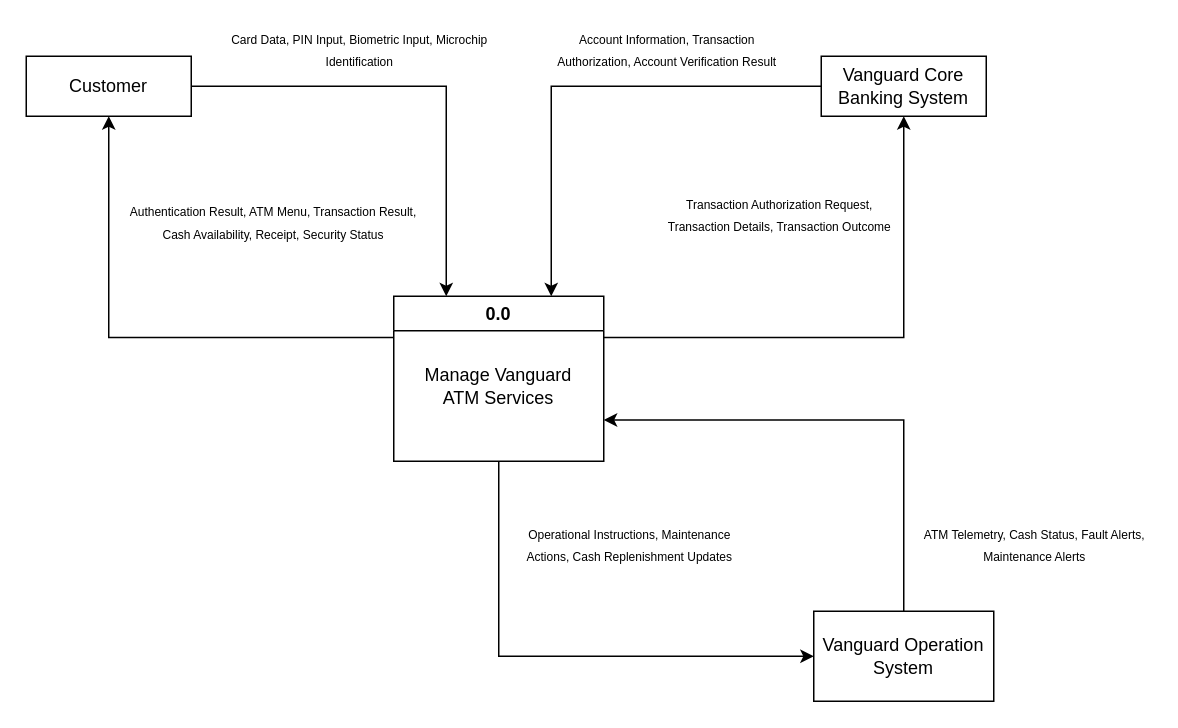
y0ckbee/VanguardAtm-SAD keeps this draw.io diagram as Level-0-aton.drawio. Above is the earlier version. Source tidied: cells renumbered, new cells numbered last; positions are measured from the earlier drawing's top-left corner, leaving out a move shared by most shapes. Both pictures are drawn from the tidied source at 150%, with x=0, y=0 at pixel (26, 26).
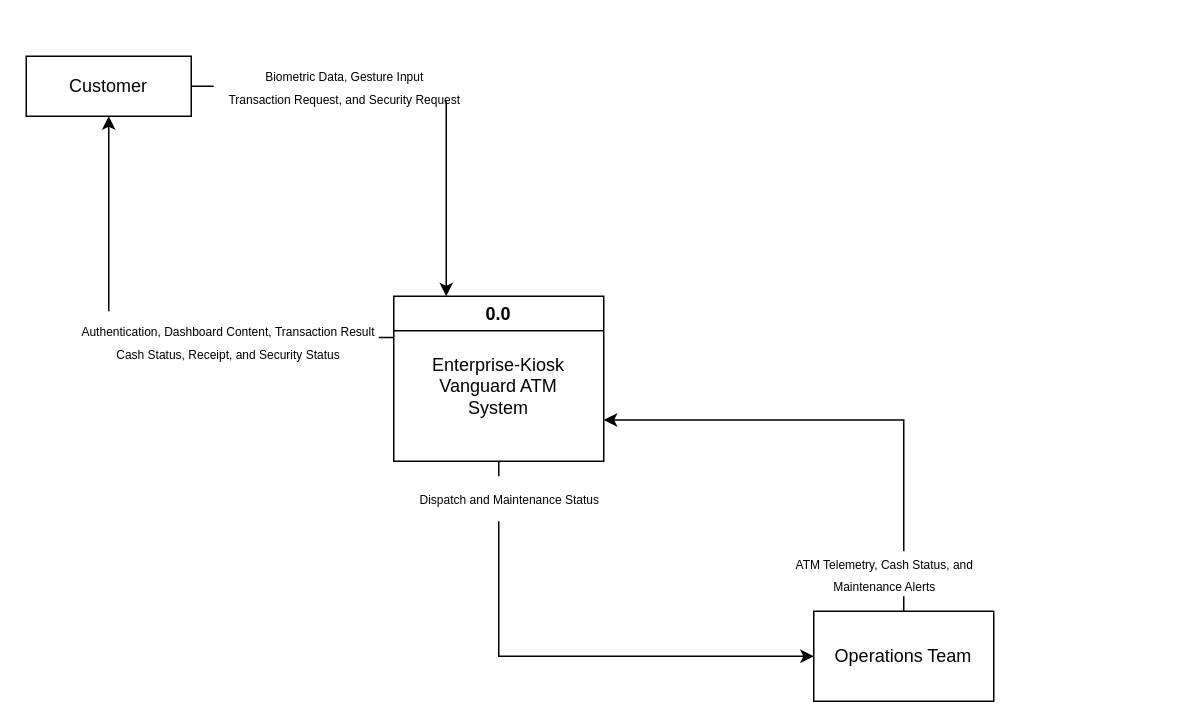
The same page after the edit.

What changed in the source:
```diff
@@
 <mxGraphModel>
   <root>
     <mxCell id="0" />
     <mxCell id="1" parent="0" />
     <mxCell id="2" style="edgeStyle=orthogonalEdgeStyle;rounded=0;jettySize=auto;html=1;exitX=1;exitY=0.5;exitDx=0;exitDy=0;entryX=0.25;entryY=0;entryDx=0;entryDy=0;defaultLabelBackgroundColor=page;" parent="1" edge="1" source="3" target="8">
       <mxGeometry relative="1" as="geometry" />
     </mxCell>
     <mxCell id="3" style="rounded=0;whiteSpace=wrap;html=1;align=left;" parent="1" vertex="1">
       <mxGeometry y="20" width="110" height="40" as="geometry" />
     </mxCell>
     <mxCell id="4" value="Customer" style="text;html=1;whiteSpace=wrap;strokeColor=none;fillColor=none;align=center;verticalAlign=middle;rounded=0;" parent="1" vertex="1">
       <mxGeometry x="25" y="25" width="60" height="30" as="geometry" />
     </mxCell>
     <mxCell id="5" style="edgeStyle=orthogonalEdgeStyle;rounded=0;jettySize=auto;html=1;exitX=0;exitY=0.25;exitDx=0;exitDy=0;entryX=0.5;entryY=1;entryDx=0;entryDy=0;defaultLabelBackgroundColor=page;" parent="1" edge="1" source="8" target="3">
       <mxGeometry relative="1" as="geometry" />
     </mxCell>
     <mxCell id="6" style="edgeStyle=orthogonalEdgeStyle;rounded=0;jettySize=auto;html=1;exitX=0.5;exitY=1;exitDx=0;exitDy=0;entryX=0;entryY=0.5;entryDx=0;entryDy=0;defaultLabelBackgroundColor=page;" parent="1" edge="1" source="8" target="11">
       <mxGeometry relative="1" as="geometry" />
     </mxCell>
-    <mxCell id="7" style="edgeStyle=orthogonalEdgeStyle;rounded=0;jettySize=auto;html=1;exitX=1;exitY=0.25;exitDx=0;exitDy=0;entryX=0.5;entryY=1;entryDx=0;entryDy=0;defaultLabelBackgroundColor=page;" parent="1" edge="1" source="8" target="15">
-      <mxGeometry relative="1" as="geometry" />
-    </mxCell>
     <mxCell id="8" value="0.0" style="swimlane;whiteSpace=wrap;html=1;" parent="1" vertex="1">
       <mxGeometry x="245" y="180" width="140" height="110" as="geometry" />
     </mxCell>
-    <mxCell id="9" value="Manage Vanguard ATM Services" style="text;html=1;whiteSpace=wrap;strokeColor=none;fillColor=none;align=center;verticalAlign=middle;rounded=0;" parent="8" vertex="1">
+    <mxCell id="9" value="Enterprise-Kiosk Vanguard ATM System" style="text;html=1;whiteSpace=wrap;strokeColor=none;fillColor=none;align=center;verticalAlign=middle;rounded=0;" parent="8" vertex="1">
       <mxGeometry x="20" y="40" width="100" height="40" as="geometry" />
     </mxCell>
     <mxCell id="10" style="edgeStyle=orthogonalEdgeStyle;rounded=0;jettySize=auto;html=1;exitX=0.5;exitY=0;exitDx=0;exitDy=0;entryX=1;entryY=0.75;entryDx=0;entryDy=0;defaultLabelBackgroundColor=page;" parent="1" edge="1" source="11" target="8">
       <mxGeometry relative="1" as="geometry" />
     </mxCell>
-    <mxCell id="11" value="Vanguard Operation System" style="rounded=0;whiteSpace=wrap;html=1;" parent="1" vertex="1">
+    <mxCell id="11" value="Operations Team" style="rounded=0;whiteSpace=wrap;html=1;" parent="1" vertex="1">
       <mxGeometry x="525" y="390" width="120" height="60" as="geometry" />
     </mxCell>
-    <mxCell id="12" value="&lt;font style=&quot;font-size: 8px;&quot;&gt;Card Data, PIN Input, Biometric Input, Microchip Identification&lt;/font&gt;" style="text;html=1;whiteSpace=wrap;strokeColor=none;fillColor=none;align=center;verticalAlign=middle;rounded=0;" parent="1" vertex="1">
-      <mxGeometry x="135" y="5" width="175" height="20" as="geometry" />
+    <mxCell id="12" value="&lt;div&gt;&lt;span style=&quot;font-size: 8px;&quot;&gt;Biometric Data,&amp;nbsp;&lt;/span&gt;&lt;span style=&quot;background-color: transparent; color: light-dark(#000000, var(--ge-light-color, #ffffff)); font-size: 8px;&quot;&gt;Gesture Input&lt;/span&gt;&lt;/div&gt;&lt;div&gt;&lt;span style=&quot;background-color: transparent; color: light-dark(#000000, var(--ge-light-color, #ffffff)); font-size: 8px;&quot;&gt;Transaction Request,&amp;nbsp;&lt;/span&gt;&lt;span style=&quot;background-color: transparent; color: light-dark(#000000, var(--ge-light-color, #ffffff)); font-size: 8px;&quot;&gt;and Security Request&lt;/span&gt;&lt;/div&gt;" style="text;html=1;whiteSpace=wrap;strokeColor=none;fillColor=default;align=center;verticalAlign=middle;rounded=0;" parent="1" vertex="1">
+      <mxGeometry x="125" y="30" width="175" height="20" as="geometry" />
     </mxCell>
-    <mxCell id="13" value="&lt;font style=&quot;font-size: 8px;&quot;&gt;Authentication Result, ATM Menu, Transaction Result, Cash Availability, Receipt, Security Status&lt;/font&gt;" style="text;html=1;whiteSpace=wrap;strokeColor=none;fillColor=none;align=center;verticalAlign=middle;rounded=0;" parent="1" vertex="1">
-      <mxGeometry x="65" y="110" width="200" height="40" as="geometry" />
+    <mxCell id="13" value="&lt;div&gt;&lt;span style=&quot;font-size: 8px;&quot;&gt;Authentication,&amp;nbsp;&lt;/span&gt;&lt;span style=&quot;background-color: transparent; color: light-dark(#000000, var(--ge-light-color, #ffffff)); font-size: 8px;&quot;&gt;Dashboard Content,&amp;nbsp;&lt;/span&gt;&lt;span style=&quot;background-color: transparent; color: light-dark(#000000, var(--ge-light-color, #ffffff)); font-size: 8px;&quot;&gt;Transaction Result&lt;/span&gt;&lt;/div&gt;&lt;div&gt;&lt;span style=&quot;background-color: transparent; color: light-dark(#000000, var(--ge-light-color, #ffffff)); font-size: 8px;&quot;&gt;Cash Status,&amp;nbsp;&lt;/span&gt;&lt;span style=&quot;background-color: transparent; color: light-dark(#000000, var(--ge-light-color, #ffffff)); font-size: 8px;&quot;&gt;Receipt,&amp;nbsp;&lt;/span&gt;&lt;span style=&quot;background-color: transparent; color: light-dark(#000000, var(--ge-light-color, #ffffff)); font-size: 8px;&quot;&gt;and Security Status&lt;/span&gt;&lt;/div&gt;" style="text;html=1;whiteSpace=wrap;strokeColor=none;fillColor=default;align=center;verticalAlign=middle;rounded=0;" parent="1" vertex="1">
+      <mxGeometry x="35" y="190" width="200" height="40" as="geometry" />
     </mxCell>
-    <mxCell id="14" style="edgeStyle=orthogonalEdgeStyle;rounded=0;jettySize=auto;html=1;exitX=0;exitY=0.5;exitDx=0;exitDy=0;entryX=0.75;entryY=0;entryDx=0;entryDy=0;defaultLabelBackgroundColor=page;" parent="1" edge="1" source="15" target="8">
-      <mxGeometry relative="1" as="geometry" />
-    </mxCell>
-    <mxCell id="15" value="Vanguard Core Banking System" style="rounded=0;whiteSpace=wrap;html=1;align=center;" parent="1" vertex="1">
-      <mxGeometry x="530" y="20" width="110" height="40" as="geometry" />
-    </mxCell>
-    <mxCell id="16" value="&lt;font style=&quot;font-size: 8px;&quot;&gt;Account Information, Transaction Authorization, Account Verification Result&lt;/font&gt;" style="text;html=1;whiteSpace=wrap;strokeColor=none;fillColor=none;align=center;verticalAlign=middle;rounded=0;" parent="1" vertex="1">
-      <mxGeometry x="350" width="155" height="30" as="geometry" />
-    </mxCell>
-    <mxCell id="17" value="&lt;font style=&quot;font-size: 8px;&quot;&gt;Transaction Authorization Request, Transaction Details, Transaction Outcome&lt;/font&gt;" style="text;html=1;whiteSpace=wrap;strokeColor=none;fillColor=none;align=center;verticalAlign=middle;rounded=0;" parent="1" vertex="1">
-      <mxGeometry x="425" y="110" width="155" height="30" as="geometry" />
-    </mxCell>
-    <mxCell id="18" value="&lt;font style=&quot;font-size: 8px;&quot;&gt;ATM Telemetry, Cash Status, Fault Alerts, Maintenance Alerts&lt;/font&gt;" style="text;html=1;whiteSpace=wrap;strokeColor=none;fillColor=none;align=center;verticalAlign=middle;rounded=0;" parent="1" vertex="1">
-      <mxGeometry x="595" y="330" width="155" height="30" as="geometry" />
+    <mxCell id="18" value="&lt;font style=&quot;font-size: 8px;&quot;&gt;ATM Telemetry, Cash Status, and Maintenance Alerts&lt;/font&gt;" style="text;html=1;whiteSpace=wrap;strokeColor=none;fillColor=default;align=center;verticalAlign=middle;rounded=0;" parent="1" vertex="1">
+      <mxGeometry x="495" y="350" width="155" height="30" as="geometry" />
     </mxCell>
-    <mxCell id="19" value="&lt;font style=&quot;font-size: 8px;&quot;&gt;Operational Instructions, Maintenance Actions, Cash Replenishment Updates&lt;/font&gt;" style="text;html=1;whiteSpace=wrap;strokeColor=none;fillColor=none;align=center;verticalAlign=middle;rounded=0;" parent="1" vertex="1">
-      <mxGeometry x="325" y="330" width="155" height="30" as="geometry" />
+    <mxCell id="19" value="&lt;div&gt;&lt;span style=&quot;font-size: 8px;&quot;&gt;Dispatch and&amp;nbsp;&lt;/span&gt;&lt;span style=&quot;background-color: transparent; color: light-dark(#000000, var(--ge-light-color, #ffffff)); font-size: 8px;&quot;&gt;Maintenance Status&lt;/span&gt;&lt;/div&gt;" style="text;html=1;whiteSpace=wrap;strokeColor=none;fillColor=default;align=center;verticalAlign=middle;rounded=0;" parent="1" vertex="1">
+      <mxGeometry x="245" y="300" width="155" height="30" as="geometry" />
     </mxCell>
   </root>
 </mxGraphModel>
```
